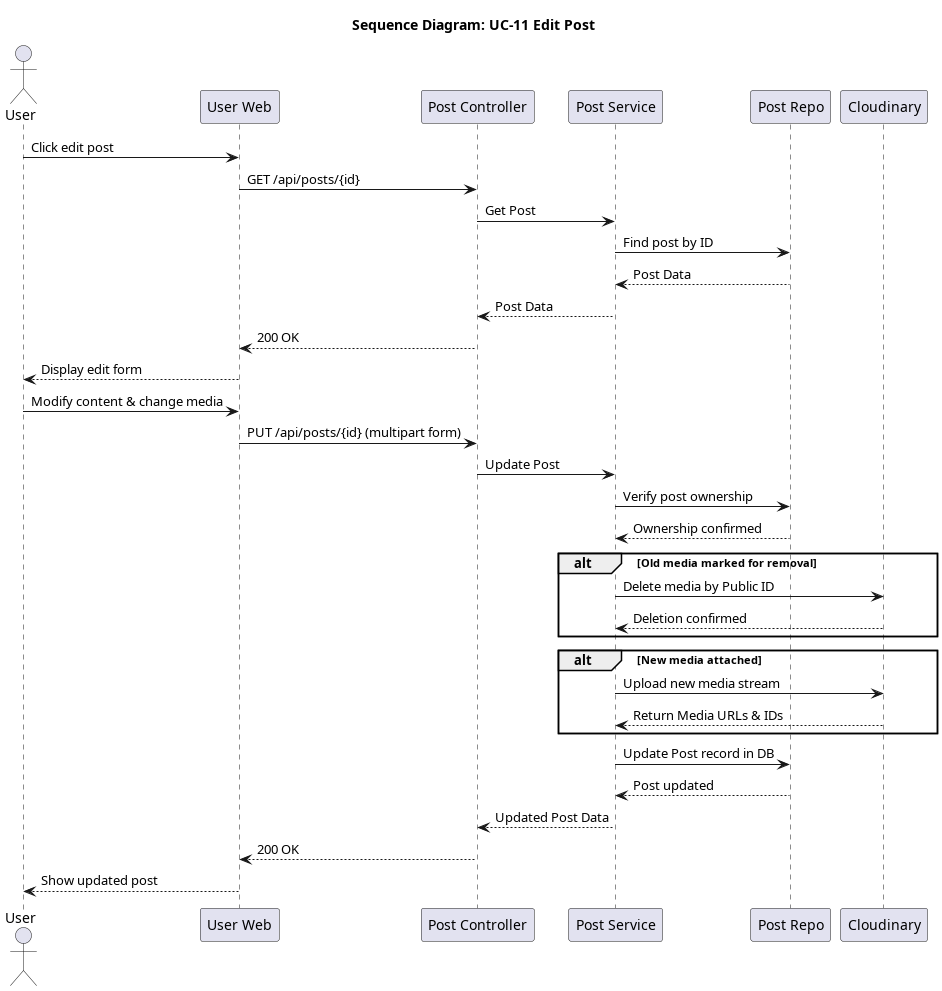
Before: docs/srs_add/SAD/diagrams/seq_11_edit_post.png, a diagram exported from PlantUML (giakiet05/lkforum-new). The source it was exported from:
```plantuml
@startuml seq_11_edit_post
title Sequence Diagram: UC-11 Edit Post

actor User
participant "User Web" as Frontend
participant "Post Controller" as Controller
participant "Post Service" as Service
participant "Post Repo" as PostRepo
participant "Cloudinary" as Cloudinary

User -> Frontend: Click edit post
Frontend -> Controller: GET /api/posts/{id}
Controller -> Service: Get Post
Service -> PostRepo: Find post by ID
PostRepo --> Service: Post Data
Service --> Controller: Post Data
Controller --> Frontend: 200 OK
Frontend --> User: Display edit form

User -> Frontend: Modify content & change media
Frontend -> Controller: PUT /api/posts/{id} (multipart form)
Controller -> Service: Update Post
Service -> PostRepo: Verify post ownership
PostRepo --> Service: Ownership confirmed

alt Old media marked for removal
    Service -> Cloudinary: Delete media by Public ID
    Cloudinary --> Service: Deletion confirmed
end

alt New media attached
    Service -> Cloudinary: Upload new media stream
    Cloudinary --> Service: Return Media URLs & IDs
end

Service -> PostRepo: Update Post record in DB
PostRepo --> Service: Post updated
Service --> Controller: Updated Post Data
Controller --> Frontend: 200 OK
Frontend --> User: Show updated post
@enduml
```
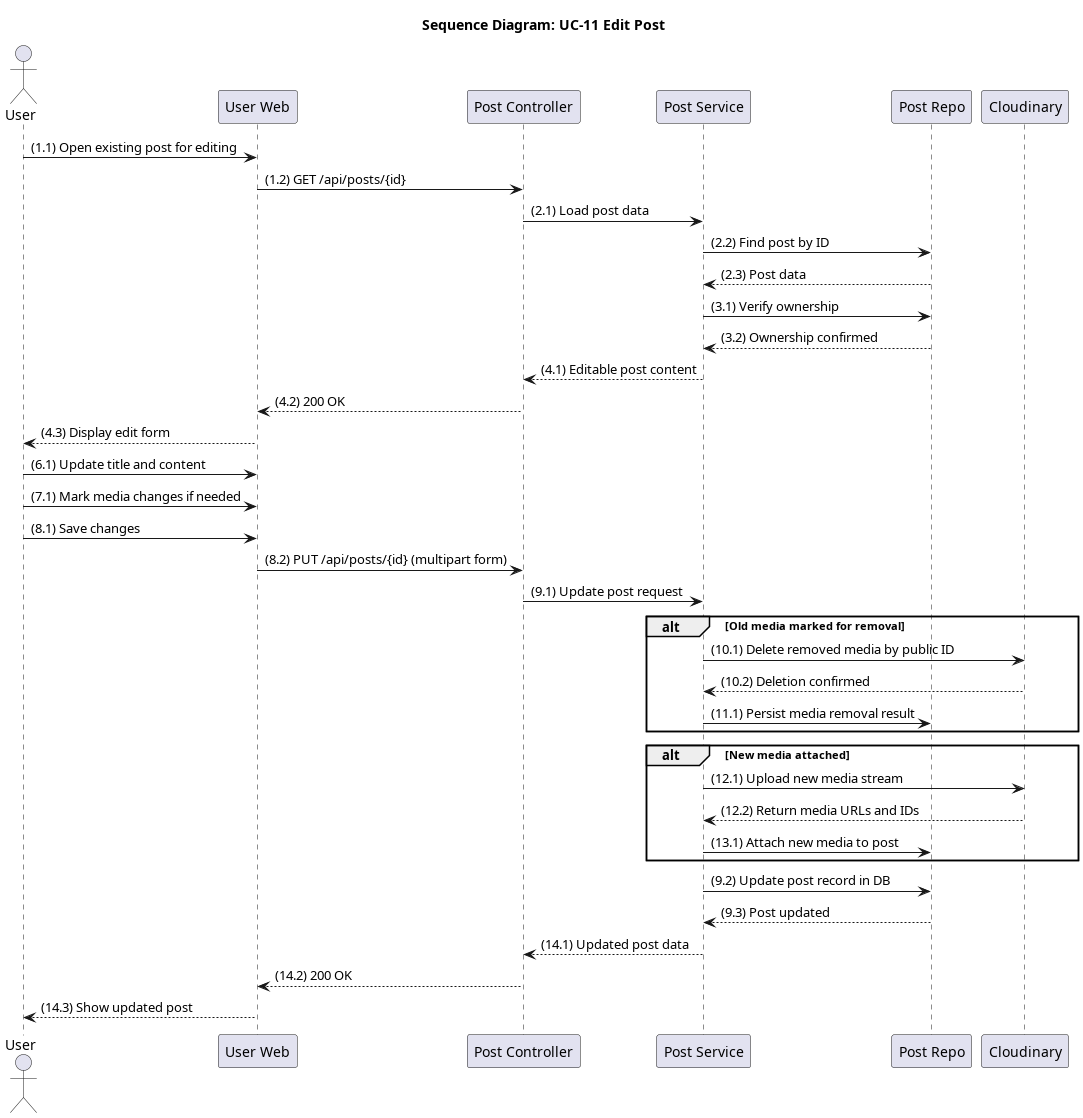
The same diagram one commit later.

The edit, as a diff of the source:
```diff
@@ -8,34 +8,38 @@
 participant "Post Repo" as PostRepo
 participant "Cloudinary" as Cloudinary
 
-User -> Frontend: Click edit post
-Frontend -> Controller: GET /api/posts/{id}
-Controller -> Service: Get Post
-Service -> PostRepo: Find post by ID
-PostRepo --> Service: Post Data
-Service --> Controller: Post Data
-Controller --> Frontend: 200 OK
-Frontend --> User: Display edit form
+User -> Frontend: (1.1) Open existing post for editing
+Frontend -> Controller: (1.2) GET /api/posts/{id}
+Controller -> Service: (2.1) Load post data
+Service -> PostRepo: (2.2) Find post by ID
+PostRepo --> Service: (2.3) Post data
+Service -> PostRepo: (3.1) Verify ownership
+PostRepo --> Service: (3.2) Ownership confirmed
+Service --> Controller: (4.1) Editable post content
+Controller --> Frontend: (4.2) 200 OK
+Frontend --> User: (4.3) Display edit form
 
-User -> Frontend: Modify content & change media
-Frontend -> Controller: PUT /api/posts/{id} (multipart form)
-Controller -> Service: Update Post
-Service -> PostRepo: Verify post ownership
-PostRepo --> Service: Ownership confirmed
+User -> Frontend: (6.1) Update title and content
+User -> Frontend: (7.1) Mark media changes if needed
+User -> Frontend: (8.1) Save changes
+Frontend -> Controller: (8.2) PUT /api/posts/{id} (multipart form)
+Controller -> Service: (9.1) Update post request
 
 alt Old media marked for removal
-    Service -> Cloudinary: Delete media by Public ID
-    Cloudinary --> Service: Deletion confirmed
+    Service -> Cloudinary: (10.1) Delete removed media by public ID
+    Cloudinary --> Service: (10.2) Deletion confirmed
+    Service -> PostRepo: (11.1) Persist media removal result
 end
 
 alt New media attached
-    Service -> Cloudinary: Upload new media stream
-    Cloudinary --> Service: Return Media URLs & IDs
+    Service -> Cloudinary: (12.1) Upload new media stream
+    Cloudinary --> Service: (12.2) Return media URLs and IDs
+    Service -> PostRepo: (13.1) Attach new media to post
 end
 
-Service -> PostRepo: Update Post record in DB
-PostRepo --> Service: Post updated
-Service --> Controller: Updated Post Data
-Controller --> Frontend: 200 OK
-Frontend --> User: Show updated post
+Service -> PostRepo: (9.2) Update post record in DB
+PostRepo --> Service: (9.3) Post updated
+Service --> Controller: (14.1) Updated post data
+Controller --> Frontend: (14.2) 200 OK
+Frontend --> User: (14.3) Show updated post
 @enduml
```
